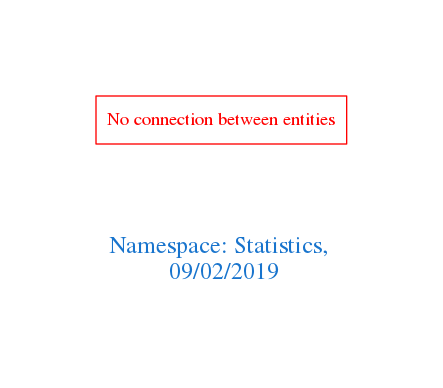
arago/OGIT keeps this Graphviz diagram as downloads/Statistics.png. Above is the earlier version. Its source is kept beside it as downloads/Statistics.dot.
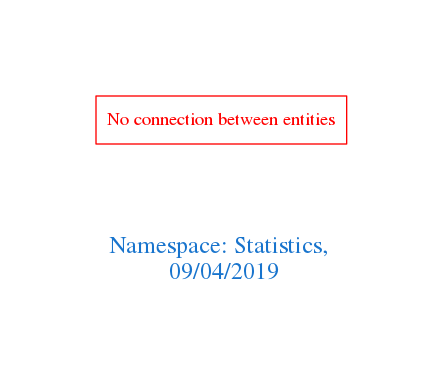
The same diagram one commit later.

Change to the diagram source:
```diff
@@ -1,7 +1,7 @@
 digraph OGIT_ontology {
  graph [ rankdir= LR,pad=1
 fontsize = 18,
-fontcolor= dodgerblue3,label = "\n\n\nNamespace: Statistics, \n 09/02/2019"];
+fontcolor= dodgerblue3,label = "\n\n\nNamespace: Statistics, \n 09/04/2019"];
 node[shape=polygon];
 edge [  color="gray81"];
 
```
